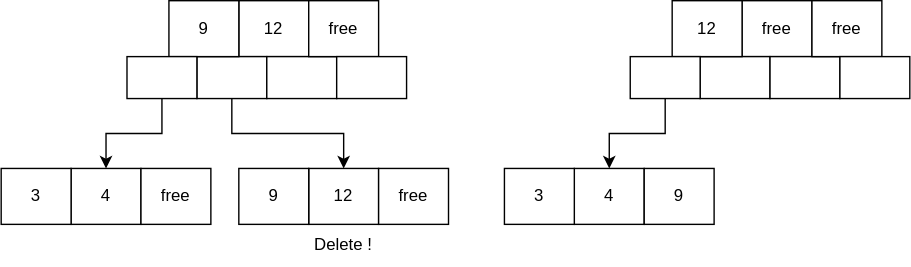
The draw.io diagram images/b-tree-merge.drawio.svg in heriet/study-btree-index-on-rdbms, before a commit. Source tidied: cells renumbered, new cells last; positions are measured from the earlier drawing's top-left corner, leaving out a move shared by most shapes.
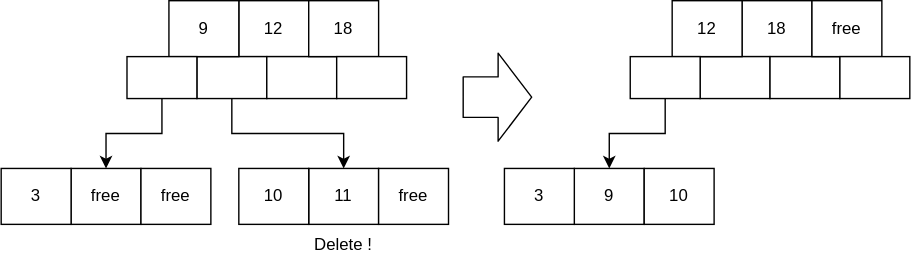
The same diagram one commit later.

Diff of the diagram source:
```diff
@@ -11,7 +11,7 @@
     <mxCell id="4" style="rounded=0;whiteSpace=wrap;html=1;" parent="1" vertex="1">
       <mxGeometry x="190" y="40" width="50" height="30" as="geometry" />
     </mxCell>
-    <mxCell id="5" value="free" style="rounded=0;whiteSpace=wrap;html=1;" parent="1" vertex="1">
+    <mxCell id="5" value="18" style="rounded=0;whiteSpace=wrap;html=1;" parent="1" vertex="1">
       <mxGeometry x="220" width="50" height="40" as="geometry" />
     </mxCell>
     <mxCell id="6" style="rounded=0;whiteSpace=wrap;html=1;" parent="1" vertex="1">
@@ -29,16 +29,16 @@
     <mxCell id="10" style="rounded=0;whiteSpace=wrap;html=1;" parent="1" vertex="1">
       <mxGeometry x="90" y="40" width="50" height="30" as="geometry" />
     </mxCell>
-    <mxCell id="11" value="12" style="rounded=0;whiteSpace=wrap;html=1;" parent="1" vertex="1">
+    <mxCell id="11" value="11" style="rounded=0;whiteSpace=wrap;html=1;" parent="1" vertex="1">
       <mxGeometry x="220" y="120" width="50" height="40" as="geometry" />
     </mxCell>
     <mxCell id="12" value="free" style="rounded=0;whiteSpace=wrap;html=1;" parent="1" vertex="1">
       <mxGeometry x="270" y="120" width="50" height="40" as="geometry" />
     </mxCell>
-    <mxCell id="13" value="9" style="rounded=0;whiteSpace=wrap;html=1;" parent="1" vertex="1">
+    <mxCell id="13" value="10" style="rounded=0;whiteSpace=wrap;html=1;" parent="1" vertex="1">
       <mxGeometry x="170" y="120" width="50" height="40" as="geometry" />
     </mxCell>
-    <mxCell id="14" value="4" style="rounded=0;whiteSpace=wrap;html=1;" parent="1" vertex="1">
+    <mxCell id="14" value="free" style="rounded=0;whiteSpace=wrap;html=1;" parent="1" vertex="1">
       <mxGeometry x="50" y="120" width="50" height="40" as="geometry" />
     </mxCell>
     <mxCell id="15" value="free" style="rounded=0;whiteSpace=wrap;html=1;" parent="1" vertex="1">
@@ -50,7 +50,7 @@
     <mxCell id="17" value="Delete !" style="text;html=1;strokeColor=none;fillColor=none;align=center;verticalAlign=middle;whiteSpace=wrap;rounded=0;" parent="1" vertex="1">
       <mxGeometry x="215" y="160" width="60" height="30" as="geometry" />
     </mxCell>
-    <mxCell id="18" value="free" style="rounded=0;whiteSpace=wrap;html=1;" parent="1" vertex="1">
+    <mxCell id="18" value="18" style="rounded=0;whiteSpace=wrap;html=1;" parent="1" vertex="1">
       <mxGeometry x="530" width="50" height="40" as="geometry" />
     </mxCell>
     <mxCell id="19" style="rounded=0;whiteSpace=wrap;html=1;" parent="1" vertex="1">
@@ -74,14 +74,20 @@
     <mxCell id="25" style="rounded=0;whiteSpace=wrap;html=1;" parent="1" vertex="1">
       <mxGeometry x="450" y="40" width="50" height="30" as="geometry" />
     </mxCell>
-    <mxCell id="26" value="4" style="rounded=0;whiteSpace=wrap;html=1;" parent="1" vertex="1">
+    <mxCell id="26" value="9" style="rounded=0;whiteSpace=wrap;html=1;" parent="1" vertex="1">
       <mxGeometry x="410" y="120" width="50" height="40" as="geometry" />
     </mxCell>
-    <mxCell id="27" value="9" style="rounded=0;whiteSpace=wrap;html=1;" parent="1" vertex="1">
+    <mxCell id="27" value="10" style="rounded=0;whiteSpace=wrap;html=1;" parent="1" vertex="1">
       <mxGeometry x="460" y="120" width="50" height="40" as="geometry" />
     </mxCell>
     <mxCell id="28" value="3" style="rounded=0;whiteSpace=wrap;html=1;" parent="1" vertex="1">
       <mxGeometry x="360" y="120" width="50" height="40" as="geometry" />
     </mxCell>
+    <mxCell id="29" style="shape=flexArrow;endArrow=classic;html=1;endWidth=33;endSize=7.67;width=29;" parent="1" edge="1">
+      <mxGeometry relative="1" as="geometry">
+        <mxPoint x="330" y="69" as="sourcePoint" />
+        <mxPoint x="380" y="69" as="targetPoint" />
+      </mxGeometry>
+    </mxCell>
   </root>
 </mxGraphModel>
```
